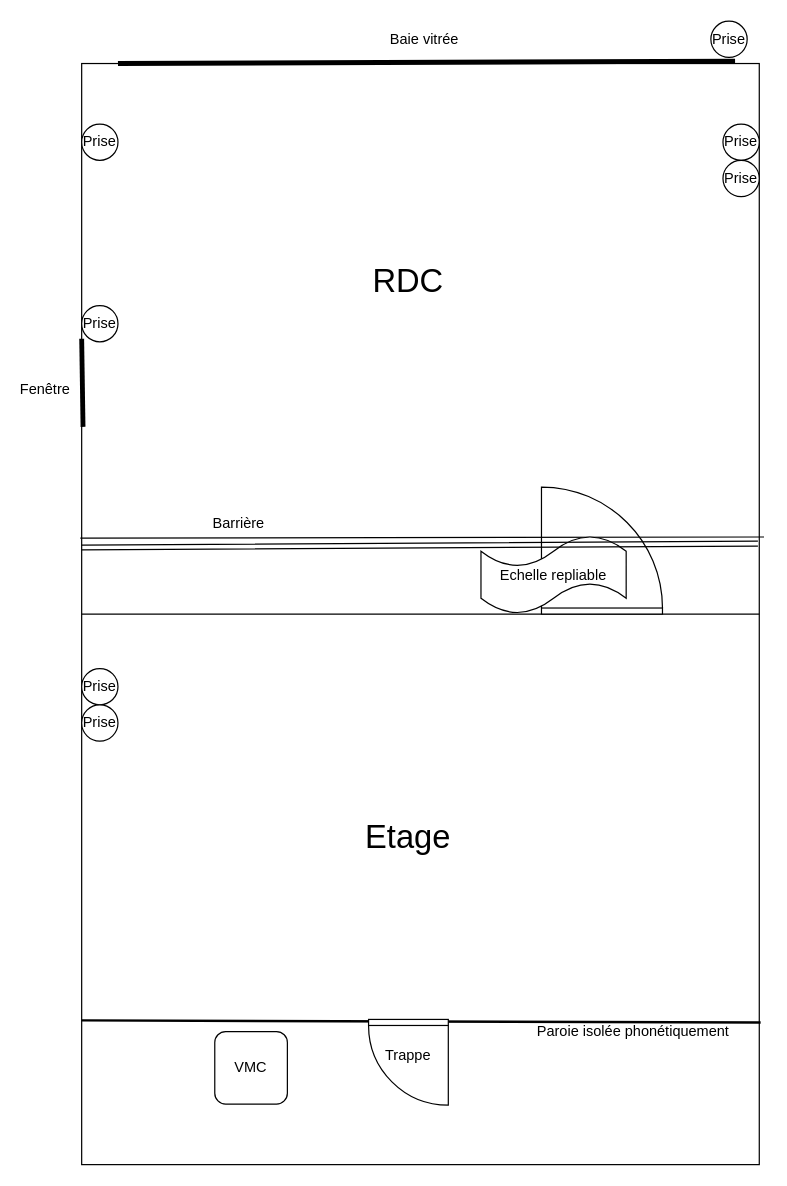
This is page "Page-2" (2 of 2) of dossier/Installation.drawio from docv266/Installation, a draw.io file, before an edit. Source tidied: cells renumbered, new cells numbered last; positions are measured from the earlier drawing's top-left corner, leaving out a move shared by most shapes. Both pictures are drawn from the tidied source at 121%, with x=0, y=0 at pixel (21, 21).
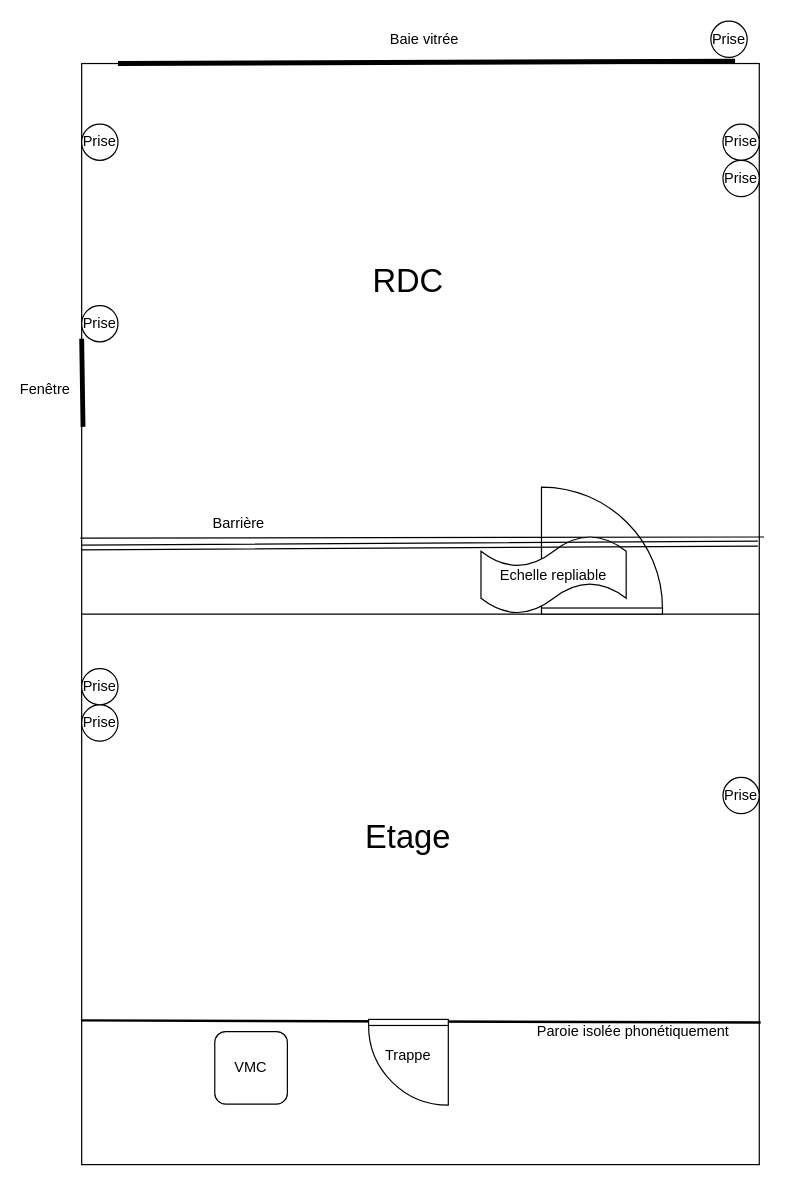
After the change.

Change to the diagram source:
```diff
@@
+    <mxCell id="27" value="Prise" style="ellipse;whiteSpace=wrap;html=1;" parent="1" vertex="1">
+      <mxGeometry x="580" y="625" width="30" height="30" as="geometry" />
+    </mxCell>
```
